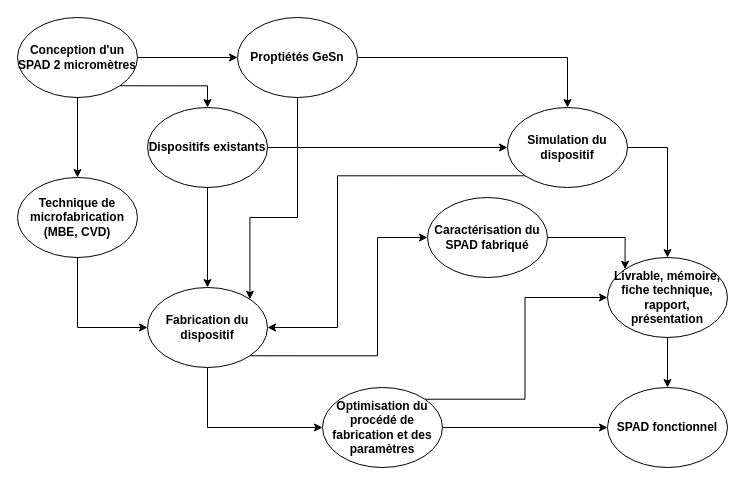
The draw.io diagram FILES/Master_Diagram.drawio in Jeremy-Belec/SPAD_test, before the edit. Source tidied: cells renumbered, new cells numbered last; positions are measured from the earlier drawing's top-left corner, leaving out a move shared by most shapes. Both pictures are drawn from the tidied source at 100%, with x=0, y=0 at pixel (17, 17).
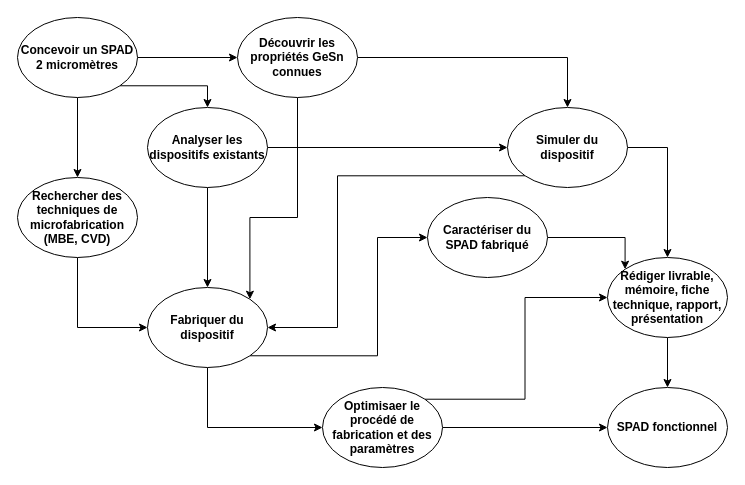
After the change.

What changed in the source:
```diff
@@
-    <mxCell id="5" value="Conception d'un SPAD 2 micromètres" style="ellipse;whiteSpace=wrap;html=1;fontStyle=1;" parent="1" vertex="1">
+    <mxCell id="5" value="Concevoir un SPAD 2 micromètres" style="ellipse;whiteSpace=wrap;html=1;fontStyle=1;" parent="1" vertex="1">
       <mxGeometry width="120" height="80" as="geometry" />
     </mxCell>
@@
-    <mxCell id="9" value="Proptiétés GeSn" style="ellipse;whiteSpace=wrap;html=1;fontStyle=1;" parent="1" vertex="1">
+    <mxCell id="9" value="Découvrir les propriétés GeSn connues" style="ellipse;whiteSpace=wrap;html=1;fontStyle=1;" parent="1" vertex="1">
       <mxGeometry x="220" width="120" height="80" as="geometry" />
     </mxCell>
@@
-    <mxCell id="12" value="Dispositifs existants" style="ellipse;whiteSpace=wrap;html=1;fontStyle=1;" parent="1" vertex="1">
+    <mxCell id="12" value="Analyser les dispositifs existants" style="ellipse;whiteSpace=wrap;html=1;fontStyle=1;" parent="1" vertex="1">
       <mxGeometry x="130" y="90" width="120" height="80" as="geometry" />
     </mxCell>
@@
-    <mxCell id="14" value="Technique de microfabrication (MBE, CVD)" style="ellipse;whiteSpace=wrap;html=1;fontStyle=1;" parent="1" vertex="1">
+    <mxCell id="14" value="Rechercher des techniques de microfabrication (MBE, CVD)" style="ellipse;whiteSpace=wrap;html=1;fontStyle=1;" parent="1" vertex="1">
       <mxGeometry y="160" width="120" height="80" as="geometry" />
     </mxCell>
@@
-    <mxCell id="17" value="Fabrication du dispositif" style="ellipse;whiteSpace=wrap;html=1;fontStyle=1;" parent="1" vertex="1">
+    <mxCell id="17" value="Fabriquer du dispositif" style="ellipse;whiteSpace=wrap;html=1;fontStyle=1;" parent="1" vertex="1">
       <mxGeometry x="130" y="270" width="120" height="80" as="geometry" />
     </mxCell>
@@
-    <mxCell id="20" value="Optimisation du procédé de fabrication et des paramètres" style="ellipse;whiteSpace=wrap;html=1;fontStyle=1;" parent="1" vertex="1">
+    <mxCell id="20" value="Optimisaer le procédé de fabrication et des paramètres" style="ellipse;whiteSpace=wrap;html=1;fontStyle=1;" parent="1" vertex="1">
       <mxGeometry x="305" y="370" width="120" height="80" as="geometry" />
     </mxCell>
@@
-    <mxCell id="23" value="Simulation du dispositif" style="ellipse;whiteSpace=wrap;html=1;fontStyle=1;" parent="1" vertex="1">
+    <mxCell id="23" value="Simuler du dispositif" style="ellipse;whiteSpace=wrap;html=1;fontStyle=1;" parent="1" vertex="1">
       <mxGeometry x="490" y="90" width="120" height="80" as="geometry" />
     </mxCell>
@@
-    <mxCell id="25" value="Caractérisation du SPAD fabriqué" style="ellipse;whiteSpace=wrap;html=1;fontStyle=1;" parent="1" vertex="1">
+    <mxCell id="25" value="Caractériser du SPAD fabriqué" style="ellipse;whiteSpace=wrap;html=1;fontStyle=1;" parent="1" vertex="1">
       <mxGeometry x="410" y="180" width="120" height="80" as="geometry" />
     </mxCell>
@@
-    <mxCell id="27" value="Livrable, mémoire, fiche technique, rapport, présentation" style="ellipse;whiteSpace=wrap;html=1;fontStyle=1;" parent="1" vertex="1">
+    <mxCell id="27" value="Rédiger livrable, mémoire, fiche technique, rapport, présentation" style="ellipse;whiteSpace=wrap;html=1;fontStyle=1;" parent="1" vertex="1">
       <mxGeometry x="590" y="240" width="120" height="80" as="geometry" />
     </mxCell>
```
